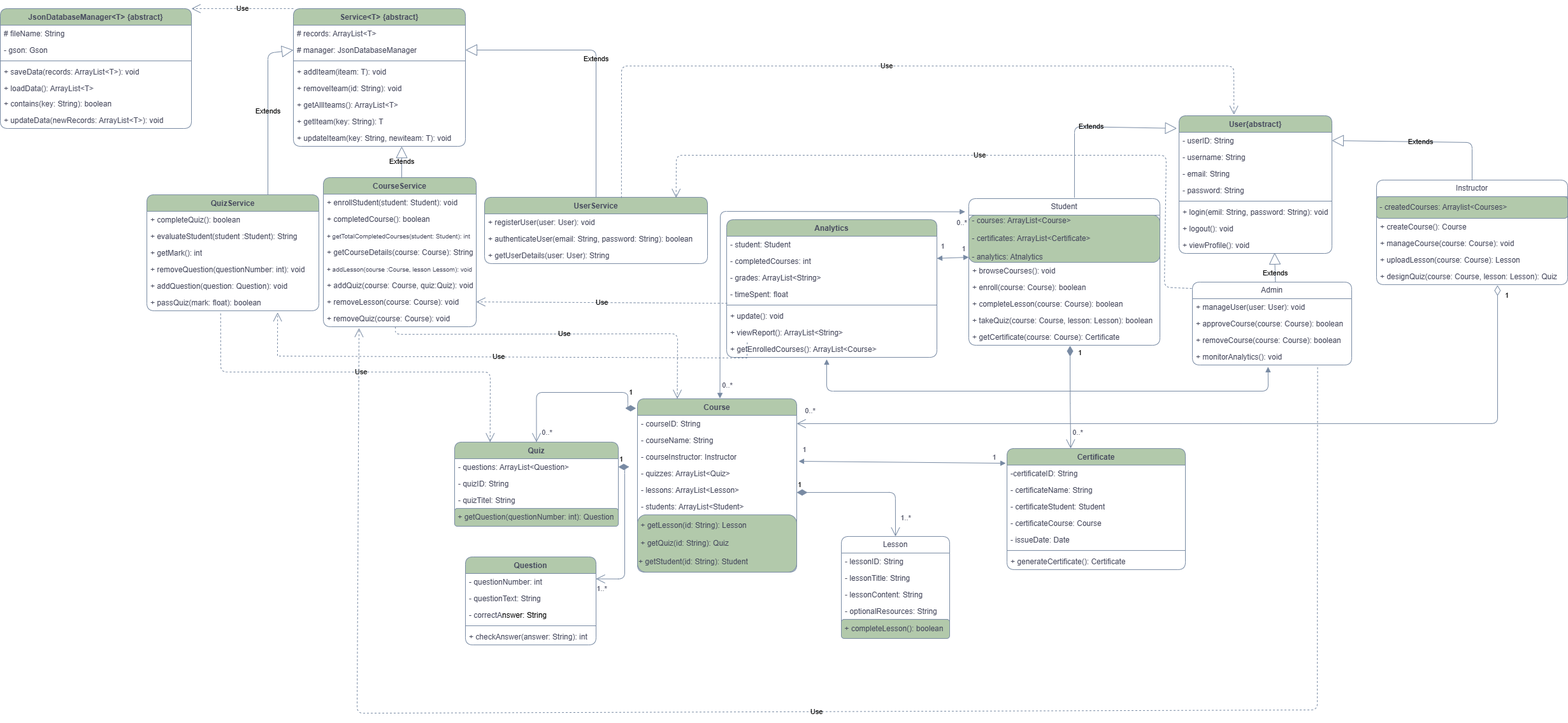
This is Class diagram/class diagram.drawio.png from sarazaghlool05/lab6, a draw.io export, as it was before one commit. Source tidied: cells renumbered, new cells last; positions are measured from the earlier drawing's top-left corner, leaving out a move shared by most shapes.
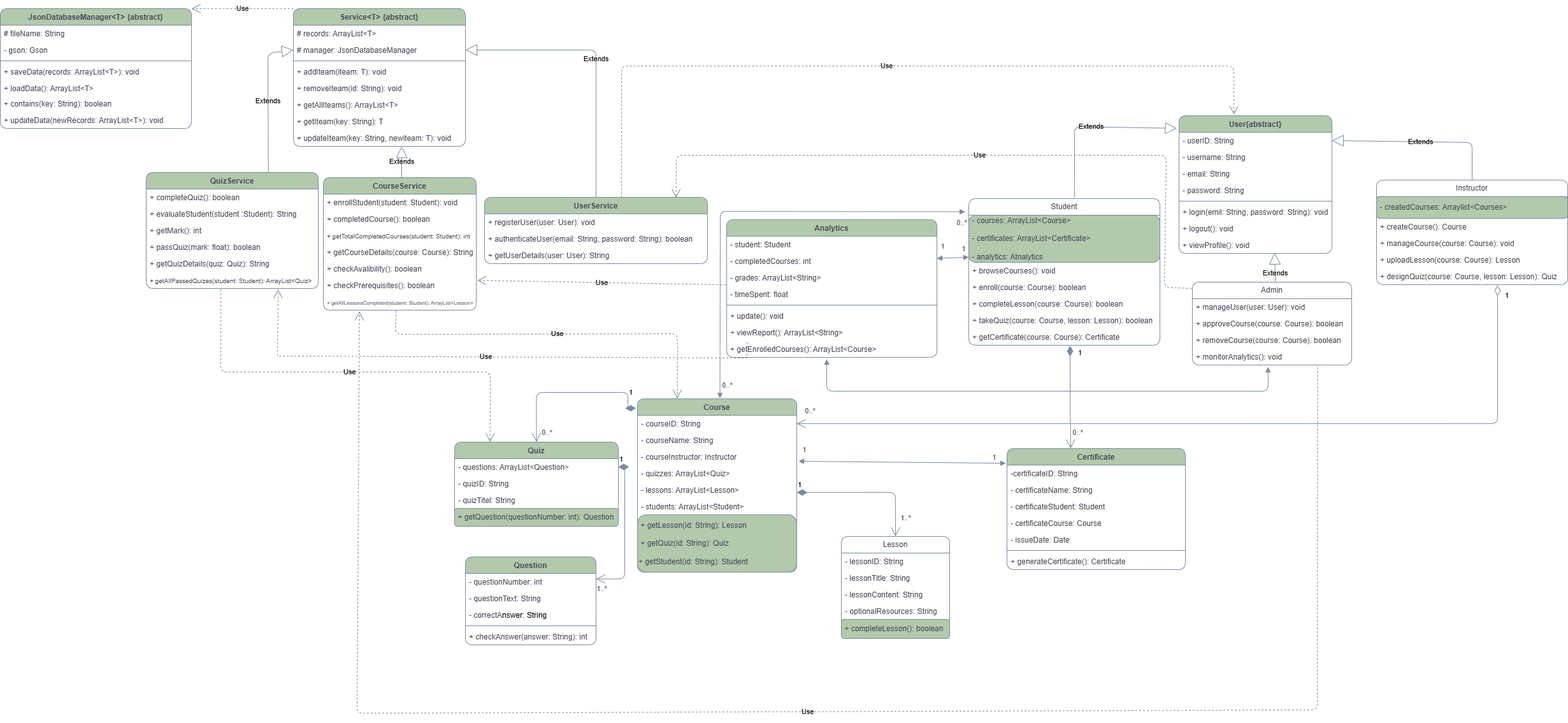
The same diagram one commit later.

Commit message:
final draft in4a2allah

What changed in the source:
```diff
@@ -337,9 +337,8 @@
         </Array>
       </mxGeometry>
     </mxCell>
-    <mxCell id="104" value="Extends" style="endArrow=block;endSize=16;endFill=0;html=1;rounded=1;exitX=0.5;exitY=0;exitDx=0;exitDy=0;entryX=0;entryY=0.5;entryDx=0;entryDy=0;labelBackgroundColor=none;fontColor=default;strokeColor=#788AA3;" parent="1" edge="1" target="44">
+    <mxCell id="104" value="Extends" style="endArrow=block;endSize=16;endFill=0;html=1;rounded=1;exitX=0.71;exitY=0.012;exitDx=0;exitDy=0;entryX=0;entryY=0.5;entryDx=0;entryDy=0;labelBackgroundColor=none;fontColor=default;strokeColor=#788AA3;exitPerimeter=0;" parent="1" edge="1" source="115" target="44">
       <mxGeometry relative="1" as="geometry">
-        <mxPoint x="420" y="291.9" as="sourcePoint" />
         <Array as="points">
           <mxPoint x="420" y="70" />
         </Array>
@@ -349,7 +348,7 @@
       <mxGeometry relative="1" as="geometry" />
     </mxCell>
     <mxCell id="106" value="CourseService" style="swimlane;fontStyle=1;align=center;verticalAlign=top;horizontal=1;startSize=26;whiteSpace=wrap;html=1;labelBackgroundColor=none;rounded=1;fillColor=#B2C9AB;strokeColor=#788AA3;fontColor=#46495D;" parent="1" vertex="1">
-      <mxGeometry x="507" y="265" width="240" height="234" as="geometry" />
+      <mxGeometry x="507" y="265" width="240" height="208" as="geometry" />
     </mxCell>
     <mxCell id="107" value="+ enrollStudent(student: Student): void" style="text;strokeColor=none;fillColor=none;align=left;verticalAlign=top;spacingLeft=4;spacingRight=4;overflow=hidden;whiteSpace=wrap;html=1;labelBackgroundColor=none;rounded=1;fontColor=#46495D;" parent="106" vertex="1">
       <mxGeometry y="26" width="240" height="26" as="geometry" />
@@ -363,20 +362,17 @@
     <mxCell id="110" value="+ getCourseDetails(course: Course): String" style="text;strokeColor=none;fillColor=none;align=left;verticalAlign=top;spacingLeft=4;spacingRight=4;overflow=hidden;whiteSpace=wrap;html=1;labelBackgroundColor=none;rounded=1;fontColor=#46495D;" parent="106" vertex="1">
       <mxGeometry y="104" width="240" height="26" as="geometry" />
     </mxCell>
-    <mxCell id="111" value="&lt;font style=&quot;font-size: 10px;&quot;&gt;+ addLesson(course :Course, lesson Lessom): void&lt;/font&gt;" style="text;strokeColor=none;fillColor=none;align=left;verticalAlign=top;spacingLeft=4;spacingRight=4;overflow=hidden;whiteSpace=wrap;html=1;labelBackgroundColor=none;rounded=1;fontColor=#46495D;" parent="106" vertex="1">
-      <mxGeometry y="130" width="240" height="26" as="geometry" />
-    </mxCell>
-    <mxCell id="112" value="+ addQuiz(course: Course, quiz:Quiz): void" style="text;strokeColor=none;fillColor=none;align=left;verticalAlign=top;spacingLeft=4;spacingRight=4;overflow=hidden;whiteSpace=wrap;html=1;labelBackgroundColor=none;rounded=1;fontColor=#46495D;" parent="106" vertex="1">
-      <mxGeometry y="156" width="240" height="26" as="geometry" />
-    </mxCell>
-    <mxCell id="113" value="+ removeLesson(course: Course): void" style="text;strokeColor=none;fillColor=none;align=left;verticalAlign=top;spacingLeft=4;spacingRight=4;overflow=hidden;points=[[0,0.5],[1,0.5]];portConstraint=eastwest;whiteSpace=wrap;html=1;labelBackgroundColor=none;rounded=1;fontColor=#46495D;" parent="106" vertex="1">
-      <mxGeometry y="182" width="240" height="26" as="geometry" />
-    </mxCell>
-    <mxCell id="114" value="+ removeQuiz(course: Course): void" style="text;strokeColor=none;fillColor=none;align=left;verticalAlign=top;spacingLeft=4;spacingRight=4;overflow=hidden;whiteSpace=wrap;html=1;labelBackgroundColor=none;rounded=1;fontColor=#46495D;" parent="106" vertex="1">
-      <mxGeometry y="208" width="240" height="26" as="geometry" />
-    </mxCell>
+    <mxCell id="142" value="+ checkAvalibility(): boolean" style="text;strokeColor=none;fillColor=none;align=left;verticalAlign=top;spacingLeft=4;spacingRight=4;overflow=hidden;whiteSpace=wrap;html=1;labelBackgroundColor=none;rounded=1;fontColor=#46495D;" parent="106" vertex="1">
+      <mxGeometry y="130" width="240" height="26" as="geometry" />
+    </mxCell>
+    <mxCell id="143" value="+ checkPrerequisites(): boolean" style="text;strokeColor=none;fillColor=none;align=left;verticalAlign=top;spacingLeft=4;spacingRight=4;overflow=hidden;points=[[0,0.5],[1,0.5]];portConstraint=eastwest;whiteSpace=wrap;html=1;labelBackgroundColor=none;rounded=1;fontColor=#46495D;" parent="106" vertex="1">
+      <mxGeometry y="156" width="240" height="26" as="geometry" />
+    </mxCell>
+    <mxCell id="144" value="&lt;font style=&quot;font-size: 8px;&quot;&gt;+ getAllLessonsCompleted(student: Student): ArrayList&amp;lt;Lesson&amp;gt;&lt;/font&gt;" style="text;strokeColor=none;fillColor=none;align=left;verticalAlign=top;spacingLeft=4;spacingRight=4;overflow=hidden;points=[[0,0.5],[1,0.5]];portConstraint=eastwest;whiteSpace=wrap;html=1;labelBackgroundColor=none;rounded=1;fontColor=#46495D;" parent="106" vertex="1">
+      <mxGeometry y="182" width="240" height="26" as="geometry" />
+    </mxCell>
     <mxCell id="115" value="QuizService&lt;div&gt;&lt;br&gt;&lt;/div&gt;" style="swimlane;fontStyle=1;align=center;verticalAlign=top;horizontal=1;startSize=26;whiteSpace=wrap;html=1;labelBackgroundColor=none;rounded=1;fillColor=#B2C9AB;strokeColor=#788AA3;fontColor=#46495D;" parent="1" vertex="1">
-      <mxGeometry x="230" y="291.9" width="270" height="182" as="geometry" />
+      <mxGeometry x="229" y="257" width="270" height="182" as="geometry" />
     </mxCell>
     <mxCell id="116" value="+ completeQuiz(): boolean" style="text;strokeColor=none;fillColor=none;align=left;verticalAlign=top;spacingLeft=4;spacingRight=4;overflow=hidden;whiteSpace=wrap;html=1;labelBackgroundColor=none;rounded=1;fontColor=#46495D;" parent="115" vertex="1">
       <mxGeometry y="26" width="270" height="26" as="geometry" />
@@ -387,15 +383,15 @@
     <mxCell id="118" value="+ getMark(): int" style="text;strokeColor=none;fillColor=none;align=left;verticalAlign=top;spacingLeft=4;spacingRight=4;overflow=hidden;whiteSpace=wrap;html=1;labelBackgroundColor=none;rounded=1;fontColor=#46495D;" parent="115" vertex="1">
       <mxGeometry y="78" width="270" height="26" as="geometry" />
     </mxCell>
-    <mxCell id="119" value="+ removeQuestion(questionNumber: int): void" style="text;strokeColor=none;fillColor=none;align=left;verticalAlign=top;spacingLeft=4;spacingRight=4;overflow=hidden;whiteSpace=wrap;html=1;labelBackgroundColor=none;rounded=1;fontColor=#46495D;" parent="115" vertex="1">
-      <mxGeometry y="104" width="270" height="26" as="geometry" />
-    </mxCell>
-    <mxCell id="120" value="+ addQuestion(question: Question): void" style="text;strokeColor=none;fillColor=none;align=left;verticalAlign=top;spacingLeft=4;spacingRight=4;overflow=hidden;whiteSpace=wrap;html=1;labelBackgroundColor=none;rounded=1;fontColor=#46495D;" parent="115" vertex="1">
-      <mxGeometry y="130" width="270" height="26" as="geometry" />
-    </mxCell>
     <mxCell id="121" value="+ passQuiz(mark: float): boolean" style="text;strokeColor=none;fillColor=none;align=left;verticalAlign=top;spacingLeft=4;spacingRight=4;overflow=hidden;points=[[0,0.5],[1,0.5]];portConstraint=eastwest;whiteSpace=wrap;html=1;labelBackgroundColor=none;rounded=1;fontColor=#46495D;" parent="115" vertex="1">
-      <mxGeometry y="156" width="270" height="26" as="geometry" />
+      <mxGeometry y="104" width="270" height="26" as="geometry" />
     </mxCell>
+    <mxCell id="145" value="+ getQuizDetails(quiz: Quiz): String" style="text;strokeColor=none;fillColor=none;align=left;verticalAlign=top;spacingLeft=4;spacingRight=4;overflow=hidden;whiteSpace=wrap;html=1;labelBackgroundColor=none;rounded=1;fontColor=#46495D;" parent="115" vertex="1">
+      <mxGeometry y="130" width="270" height="26" as="geometry" />
+    </mxCell>
+    <mxCell id="146" value="&lt;font style=&quot;font-size: 10px;&quot;&gt;+ getAllPassedQuizes(student: Student): ArrayList&amp;lt;Quiz&amp;gt;&lt;/font&gt;" style="text;strokeColor=none;fillColor=none;align=left;verticalAlign=top;spacingLeft=4;spacingRight=4;overflow=hidden;points=[[0,0.5],[1,0.5]];portConstraint=eastwest;whiteSpace=wrap;html=1;labelBackgroundColor=none;rounded=1;fontColor=#46495D;" parent="115" vertex="1">
+      <mxGeometry y="156" width="270" height="26" as="geometry" />
+    </mxCell>
     <mxCell id="122" value="Extends" style="endArrow=block;endSize=16;endFill=0;html=1;rounded=1;labelBackgroundColor=none;fontColor=default;strokeColor=#788AA3;" parent="1" edge="1">
       <mxGeometry relative="1" as="geometry">
         <mxPoint x="630" y="266" as="sourcePoint" />
@@ -437,14 +433,14 @@
     </mxCell>
     <mxCell id="128" value="Use" style="endArrow=open;endSize=12;dashed=1;html=1;rounded=1;entryX=0.25;entryY=0;entryDx=0;entryDy=0;labelBackgroundColor=none;fontColor=default;strokeColor=#788AA3;" parent="1" edge="1" target="90">
       <mxGeometry relative="1" as="geometry">
-        <mxPoint x="620" y="499" as="sourcePoint" />
+        <mxPoint x="621" y="474" as="sourcePoint" />
         <Array as="points">
           <mxPoint x="620" y="510.9" />
           <mxPoint x="1063" y="510" />
         </Array>
       </mxGeometry>
     </mxCell>
-    <mxCell id="129" value="Use" style="endArrow=open;endSize=12;dashed=1;html=1;rounded=1;exitX=0.429;exitY=1.161;exitDx=0;exitDy=0;exitPerimeter=0;entryX=0.217;entryY=0.001;entryDx=0;entryDy=0;entryPerimeter=0;labelBackgroundColor=none;fontColor=default;strokeColor=#788AA3;" parent="1" edge="1" source="121" target="2">
+    <mxCell id="129" value="Use" style="endArrow=open;endSize=12;dashed=1;html=1;rounded=1;entryX=0.217;entryY=0.001;entryDx=0;entryDy=0;entryPerimeter=0;labelBackgroundColor=none;fontColor=default;strokeColor=#788AA3;exitX=0.434;exitY=1.056;exitDx=0;exitDy=0;exitPerimeter=0;" parent="1" edge="1" source="146" target="2">
       <mxGeometry relative="1" as="geometry">
         <Array as="points">
           <mxPoint x="346" y="570" />
@@ -460,9 +456,8 @@
         </Array>
       </mxGeometry>
     </mxCell>
-    <mxCell id="131" value="Use" style="endArrow=open;endSize=12;dashed=1;html=1;rounded=1;exitX=0.786;exitY=1.141;exitDx=0;exitDy=0;exitPerimeter=0;labelBackgroundColor=none;fontColor=default;strokeColor=#788AA3;" parent="1" edge="1" source="74">
+    <mxCell id="131" value="Use" style="endArrow=open;endSize=12;dashed=1;html=1;rounded=1;exitX=0.786;exitY=1.141;exitDx=0;exitDy=0;exitPerimeter=0;labelBackgroundColor=none;fontColor=default;strokeColor=#788AA3;entryX=0.236;entryY=1.073;entryDx=0;entryDy=0;entryPerimeter=0;" parent="1" edge="1" source="74" target="144">
       <mxGeometry relative="1" as="geometry">
-        <mxPoint x="563" y="501" as="targetPoint" />
         <Array as="points">
           <mxPoint x="2067" y="1100" />
           <mxPoint x="560" y="1105.2" />
@@ -508,15 +503,16 @@
     <mxCell id="139" value="Extends" style="endArrow=block;endSize=16;endFill=0;html=1;rounded=1;exitX=0.521;exitY=0;exitDx=0;exitDy=0;exitPerimeter=0;labelBackgroundColor=none;fontColor=default;strokeColor=#788AA3;entryX=0.625;entryY=0.954;entryDx=0;entryDy=0;entryPerimeter=0;" parent="1" edge="1" source="70" target="83">
       <mxGeometry x="-0.33" relative="1" as="geometry" />
     </mxCell>
-    <mxCell id="140" value="Use" style="endArrow=open;endSize=12;dashed=1;html=1;rounded=0;strokeColor=#788AA3;fontColor=default;fillColor=#B2C9AB;exitX=0.098;exitY=1.096;exitDx=0;exitDy=0;exitPerimeter=0;entryX=0.76;entryY=1.099;entryDx=0;entryDy=0;entryPerimeter=0;labelBackgroundColor=none;" parent="1" edge="1" source="28" target="121">
+    <mxCell id="140" value="Use" style="endArrow=open;endSize=12;dashed=1;html=1;rounded=0;strokeColor=#788AA3;fontColor=default;fillColor=#B2C9AB;exitX=0.098;exitY=1.096;exitDx=0;exitDy=0;exitPerimeter=0;labelBackgroundColor=none;" parent="1" edge="1" source="28">
       <mxGeometry relative="1" as="geometry">
+        <mxPoint x="436" y="440" as="targetPoint" />
         <Array as="points">
           <mxPoint x="1172" y="548" />
           <mxPoint x="435" y="545" />
         </Array>
       </mxGeometry>
     </mxCell>
-    <mxCell id="141" value="Use" style="endArrow=open;endSize=12;dashed=1;html=1;rounded=0;strokeColor=#788AA3;fontColor=default;fillColor=#B2C9AB;exitX=0.003;exitY=1.047;exitDx=0;exitDy=0;exitPerimeter=0;entryX=1;entryY=0.5;entryDx=0;entryDy=0;labelBackgroundColor=none;" parent="1" edge="1" source="25" target="113">
+    <mxCell id="141" value="Use" style="endArrow=open;endSize=12;dashed=1;html=1;rounded=0;strokeColor=#788AA3;fontColor=default;fillColor=#B2C9AB;exitX=-0.004;exitY=0.933;exitDx=0;exitDy=0;exitPerimeter=0;entryX=1.007;entryY=0.202;entryDx=0;entryDy=0;labelBackgroundColor=none;entryPerimeter=0;" parent="1" edge="1" source="24" target="143">
       <mxGeometry relative="1" as="geometry" />
     </mxCell>
   </root>
```
